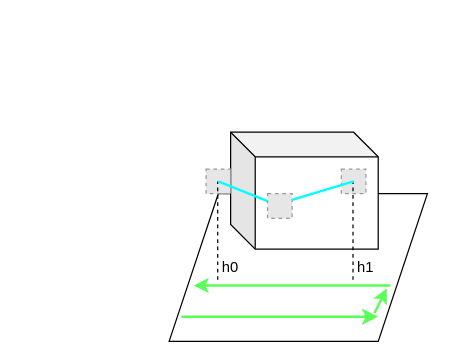
SCERush/drawio keeps this draw.io diagram as new tof.drawio. Above is the earlier version. Source tidied: cells renumbered, new cells numbered last; positions are measured from the earlier drawing's top-left corner, leaving out a move shared by most shapes. Both pictures are drawn from the tidied source at 123%, with x=0, y=0 at pixel (169, 132). Pictures stored in the file or linked from it are replaced by grey dashed boxes.
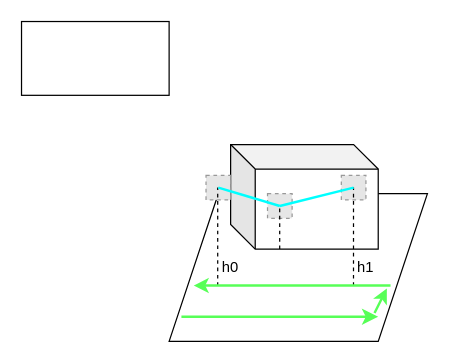
The same page after the edit.

The change refers to these unchanged cells:
```xml
<mxCell id="6" style="fillColor=#E6E6E6;strokeColor=#999999;dashed=1;verticalLabelPosition=bottom;verticalAlign=top;" parent="1" vertex="1">
  <mxGeometry x="80" y="50" width="20" height="20" as="geometry" />
</mxCell>
```

What changed in the source:
```diff
@@
     <mxCell id="3" style="shape=cube;whiteSpace=wrap;html=1;boundedLbl=1;backgroundOutline=1;darkOpacity=0.05;darkOpacity2=0.1;size=20;" parent="1" vertex="1">
-      <mxGeometry x="50" width="120" height="95" as="geometry" />
+      <mxGeometry x="50" y="10" width="120" height="85" as="geometry" />
     </mxCell>
     <mxCell id="4" style="fillColor=#E6E6E6;strokeColor=#999999;dashed=1;verticalLabelPosition=bottom;verticalAlign=top;" parent="1" vertex="1">
-      <mxGeometry x="30" y="30" width="20" height="20" as="geometry" />
+      <mxGeometry x="30" y="35" width="20" height="20" as="geometry" />
     </mxCell>
     <mxCell id="5" style="endArrow=none;dashed=1;html=1;rounded=0;" parent="1" edge="1">
       <mxGeometry relative="1" as="geometry">
-        <mxPoint x="39.5" y="120" as="sourcePoint" />
-        <mxPoint x="39.5" y="40" as="targetPoint" />
+        <mxPoint x="39.5" y="125" as="sourcePoint" />
+        <mxPoint x="39.5" y="45" as="targetPoint" />
       </mxGeometry>
     </mxCell>
@@
-    <mxCell id="8" style="endArrow=none;html=1;rounded=0;fillColor=#FF0000;strokeColor=#00FFFF;strokeWidth=2;" parent="1" edge="1" target="6">
+    <mxCell id="8" style="endArrow=none;html=1;rounded=0;fillColor=#FF0000;strokeColor=#00FFFF;strokeWidth=2;exitX=0.5;exitY=0.5;exitDx=0;exitDy=0;exitPerimeter=0;" parent="1" edge="1" source="4">
       <mxGeometry relative="1" as="geometry">
-        <mxPoint x="40" y="40" as="sourcePoint" />
+        <mxPoint x="90" y="60" as="targetPoint" />
       </mxGeometry>
     </mxCell>
     <mxCell id="9" style="fillColor=#E6E6E6;strokeColor=#999999;dashed=1;verticalLabelPosition=bottom;verticalAlign=top;" parent="1" vertex="1">
-      <mxGeometry x="140" y="30" width="20" height="20" as="geometry" />
+      <mxGeometry x="140" y="35" width="20" height="20" as="geometry" />
     </mxCell>
     <mxCell id="10" style="endArrow=none;dashed=1;html=1;rounded=0;" parent="1" edge="1">
       <mxGeometry relative="1" as="geometry">
-        <mxPoint x="149.5" y="120" as="sourcePoint" />
-        <mxPoint x="149.5" y="40" as="targetPoint" />
+        <mxPoint x="149.9" y="125" as="sourcePoint" />
+        <mxPoint x="149.9" y="45" as="targetPoint" />
       </mxGeometry>
     </mxCell>
@@
-    <mxCell id="12" style="endArrow=none;html=1;rounded=0;fillColor=#FF0000;strokeColor=#00FFFF;entryX=1;entryY=0.25;entryDx=0;entryDy=0;strokeWidth=2;" parent="1" edge="1" target="6">
+    <mxCell id="12" style="endArrow=none;html=1;rounded=0;fillColor=#FF0000;strokeColor=#00FFFF;strokeWidth=2;" parent="1" edge="1">
       <mxGeometry relative="1" as="geometry">
-        <mxPoint x="150" y="40" as="sourcePoint" />
+        <mxPoint x="150" y="45" as="sourcePoint" />
+        <mxPoint x="90" y="60" as="targetPoint" />
       </mxGeometry>
     </mxCell>
@@
+    <mxCell id="16" style="endArrow=none;dashed=1;html=1;rounded=0;" parent="1" edge="1">
+      <mxGeometry relative="1" as="geometry">
+        <mxPoint x="89.9" y="95" as="sourcePoint" />
+        <mxPoint x="89.9" y="60" as="targetPoint" />
+      </mxGeometry>
+    </mxCell>
+    <mxCell id="17" style="rounded=0;whiteSpace=wrap;html=1;" parent="1" vertex="1">
+      <mxGeometry x="-120" y="-90" width="120" height="60" as="geometry" />
+    </mxCell>
```
